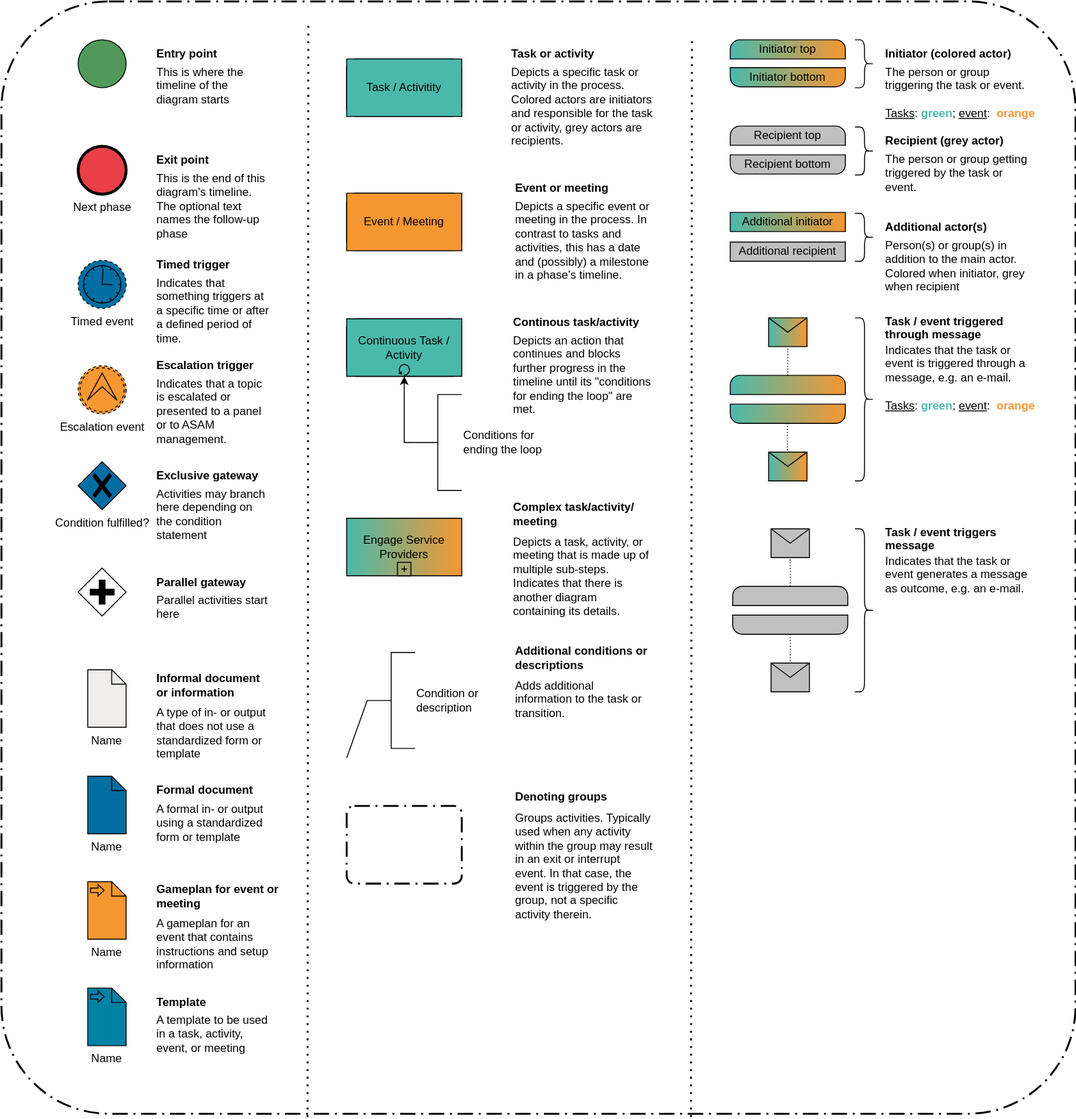
Before: content/modules/compendium/assets/images/asam/asam_phases_legend.drawio.svg, a diagram exported from draw.io (asam-ev/asam-project-guide-content). Source tidied: cells renumbered, new cells last; positions are measured from the earlier drawing's top-left corner, leaving out a move shared by most shapes.
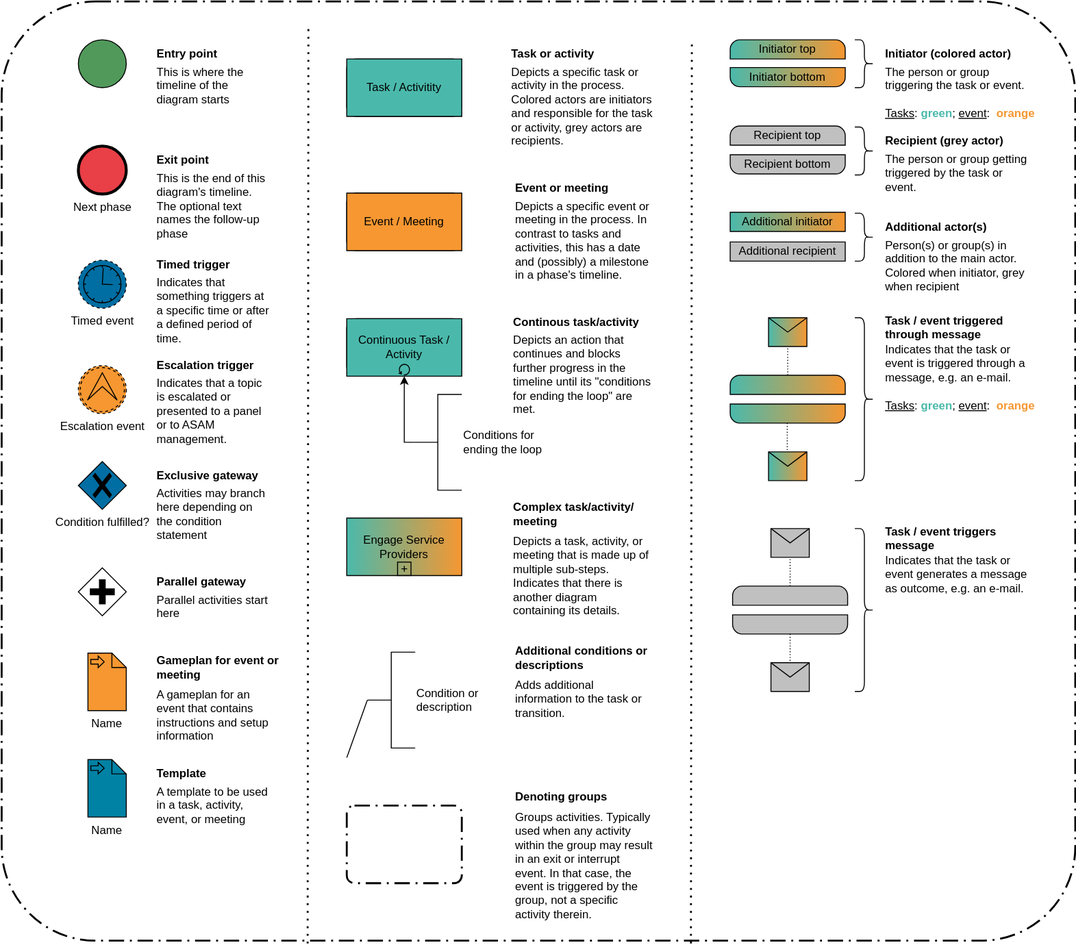
The same file after the commit.

Diff of the diagram source:
```diff
@@ -3,7 +3,7 @@
     <mxCell id="0" />
     <mxCell id="1" parent="0" />
     <mxCell id="2" style="points=[[0.25,0,0],[0.5,0,0],[0.75,0,0],[1,0.25,0],[1,0.5,0],[1,0.75,0],[0.75,1,0],[0.5,1,0],[0.25,1,0],[0,0.75,0],[0,0.5,0],[0,0.25,0]];rounded=1;arcSize=10;dashed=1;strokeColor=#000000;fillColor=none;gradientColor=none;dashPattern=8 3 1 3;strokeWidth=2;" parent="1" vertex="1">
-      <mxGeometry width="1120" height="1160" as="geometry" />
+      <mxGeometry width="1120" height="980" as="geometry" />
     </mxCell>
     <mxCell id="3" style="shape=mxgraph.bpmn.event;html=1;verticalLabelPosition=bottom;labelBackgroundColor=#ffffff;verticalAlign=top;align=center;perimeter=ellipsePerimeter;outline=standard;symbol=general;fillColor=#51995B;" parent="1" vertex="1">
       <mxGeometry x="80" y="40" width="50" height="50" as="geometry" />
@@ -122,29 +122,17 @@
     <mxCell id="37" style="shape=message;fillColor=#4AB9AB;gradientColor=#F69731;gradientDirection=east;" parent="1" vertex="1">
       <mxGeometry x="800" y="470" width="40" height="30" as="geometry" />
     </mxCell>
-    <mxCell id="38" value="Name" style="shape=mxgraph.bpmn.data;labelPosition=center;verticalLabelPosition=bottom;align=center;verticalAlign=top;whiteSpace=wrap;size=15;html=1;fillColor=#EFEDEB;" parent="1" vertex="1">
-      <mxGeometry x="90" y="697" width="40" height="60" as="geometry" />
-    </mxCell>
     <mxCell id="39" value="Name" style="shape=mxgraph.bpmn.data;labelPosition=center;verticalLabelPosition=bottom;align=center;verticalAlign=top;whiteSpace=wrap;size=15;html=1;bpmnTransferType=input;fillColor=#F69731;" parent="1" vertex="1">
-      <mxGeometry x="90" y="918" width="40" height="60" as="geometry" />
+      <mxGeometry x="90" y="680" width="40" height="60" as="geometry" />
     </mxCell>
     <mxCell id="40" value="Name" style="shape=mxgraph.bpmn.data;labelPosition=center;verticalLabelPosition=bottom;align=center;verticalAlign=top;whiteSpace=wrap;size=15;html=1;bpmnTransferType=input;fillColor=#0082A5;" parent="1" vertex="1">
-      <mxGeometry x="90" y="1029" width="40" height="60" as="geometry" />
+      <mxGeometry x="90" y="791" width="40" height="60" as="geometry" />
     </mxCell>
-    <mxCell id="41" value="Name" style="shape=mxgraph.bpmn.data;labelPosition=center;verticalLabelPosition=bottom;align=center;verticalAlign=top;whiteSpace=wrap;size=15;html=1;fillColor=#006EA2;" parent="1" vertex="1">
-      <mxGeometry x="90" y="808" width="40" height="60" as="geometry" />
-    </mxCell>
-    <mxCell id="42" value="Informal document or information" style="text;html=1;strokeColor=none;fillColor=none;align=left;verticalAlign=middle;whiteSpace=wrap;rounded=0;fontStyle=1;" parent="1" vertex="1">
-      <mxGeometry x="160" y="698" width="120" height="30" as="geometry" />
-    </mxCell>
-    <mxCell id="43" value="Formal document" style="text;html=1;strokeColor=none;fillColor=none;align=left;verticalAlign=middle;whiteSpace=wrap;rounded=0;fontStyle=1;" parent="1" vertex="1">
-      <mxGeometry x="160" y="808" width="120" height="30" as="geometry" />
-    </mxCell>
     <mxCell id="44" value="Gameplan for event or meeting" style="text;html=1;strokeColor=none;fillColor=none;align=left;verticalAlign=middle;whiteSpace=wrap;rounded=0;fontStyle=1;" parent="1" vertex="1">
-      <mxGeometry x="160" y="918" width="130" height="30" as="geometry" />
+      <mxGeometry x="160" y="680" width="130" height="30" as="geometry" />
     </mxCell>
     <mxCell id="45" value="Template" style="text;html=1;strokeColor=none;fillColor=none;align=left;verticalAlign=middle;whiteSpace=wrap;rounded=0;fontStyle=1;" parent="1" vertex="1">
-      <mxGeometry x="160" y="1029" width="120" height="30" as="geometry" />
+      <mxGeometry x="160" y="791" width="120" height="30" as="geometry" />
     </mxCell>
     <mxCell id="46" value="This is where the timeline of the diagram starts" style="text;html=1;strokeColor=none;fillColor=none;align=left;verticalAlign=top;whiteSpace=wrap;rounded=0;fontStyle=0;" parent="1" vertex="1">
       <mxGeometry x="160" y="60" width="120" height="30" as="geometry" />
@@ -158,17 +146,11 @@
     <mxCell id="49" value="Parallel activities start here" style="text;html=1;strokeColor=none;fillColor=none;align=left;verticalAlign=top;whiteSpace=wrap;rounded=0;fontStyle=0;" parent="1" vertex="1">
       <mxGeometry x="160" y="611" width="120" height="30" as="geometry" />
     </mxCell>
-    <mxCell id="50" value="A type of in- or output that does not use a standardized form or template" style="text;html=1;strokeColor=none;fillColor=none;align=left;verticalAlign=top;whiteSpace=wrap;rounded=0;fontStyle=0;" parent="1" vertex="1">
-      <mxGeometry x="160" y="728" width="120" height="30" as="geometry" />
-    </mxCell>
-    <mxCell id="51" value="A formal in- or output using a standardized form or template" style="text;html=1;strokeColor=none;fillColor=none;align=left;verticalAlign=top;whiteSpace=wrap;rounded=0;fontStyle=0;" parent="1" vertex="1">
-      <mxGeometry x="160" y="829" width="120" height="30" as="geometry" />
-    </mxCell>
     <mxCell id="52" value="A gameplan for an event that contains instructions and setup information" style="text;html=1;strokeColor=none;fillColor=none;align=left;verticalAlign=top;whiteSpace=wrap;rounded=0;fontStyle=0;" parent="1" vertex="1">
-      <mxGeometry x="160" y="948" width="120" height="30" as="geometry" />
+      <mxGeometry x="160" y="710" width="120" height="30" as="geometry" />
     </mxCell>
     <mxCell id="53" value="A template to be used in a task, activity, event, or meeting" style="text;html=1;strokeColor=none;fillColor=none;align=left;verticalAlign=top;whiteSpace=wrap;rounded=0;fontStyle=0;" parent="1" vertex="1">
-      <mxGeometry x="160" y="1049" width="120" height="30" as="geometry" />
+      <mxGeometry x="160" y="811" width="120" height="30" as="geometry" />
     </mxCell>
     <mxCell id="54" value="Task or activity" style="text;html=1;strokeColor=none;fillColor=none;align=left;verticalAlign=middle;whiteSpace=wrap;rounded=0;fontStyle=1;" parent="1" vertex="1">
       <mxGeometry x="530" y="40" width="110" height="30" as="geometry" />
```
